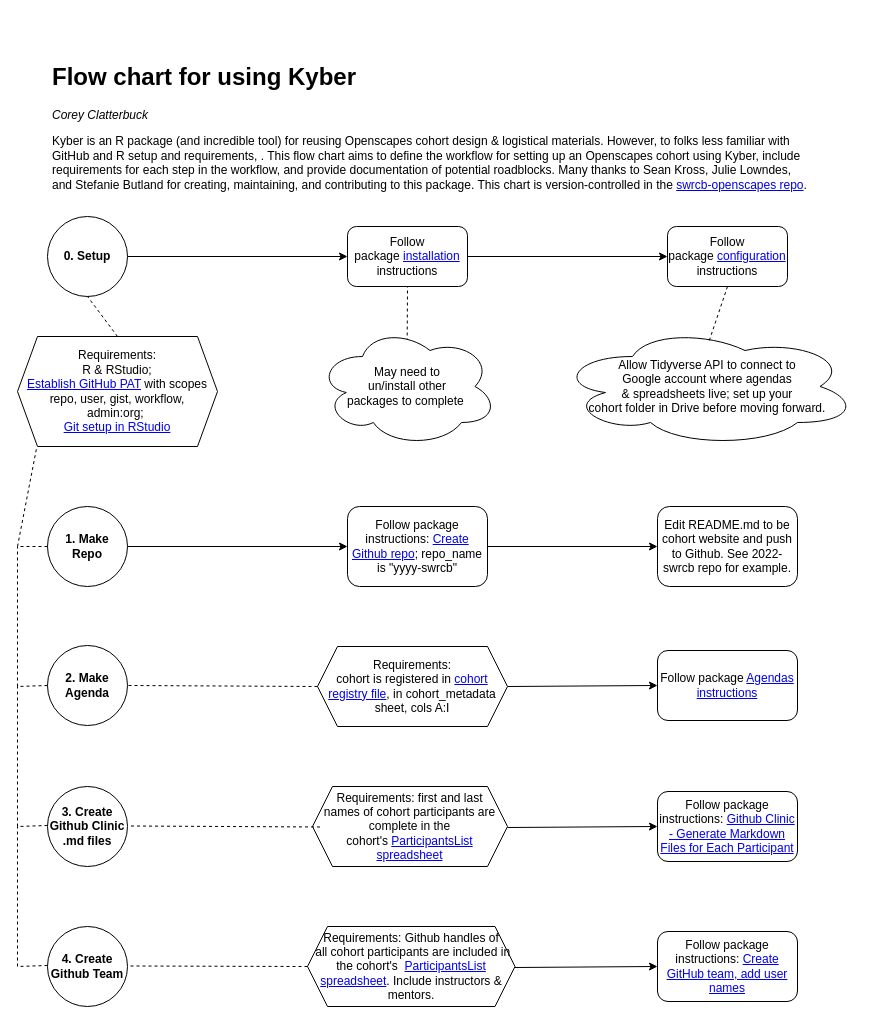
Before: images/KyberFlow.drawio in CAWaterBoardDataCenter/swrcb-openscapes, a draw.io diagram. Source tidied: cells renumbered, new cells numbered last; positions are measured from the earlier drawing's top-left corner, leaving out a move shared by most shapes. Both pictures are drawn from the tidied source at 100%, with x=0, y=0 at pixel (17, 57).
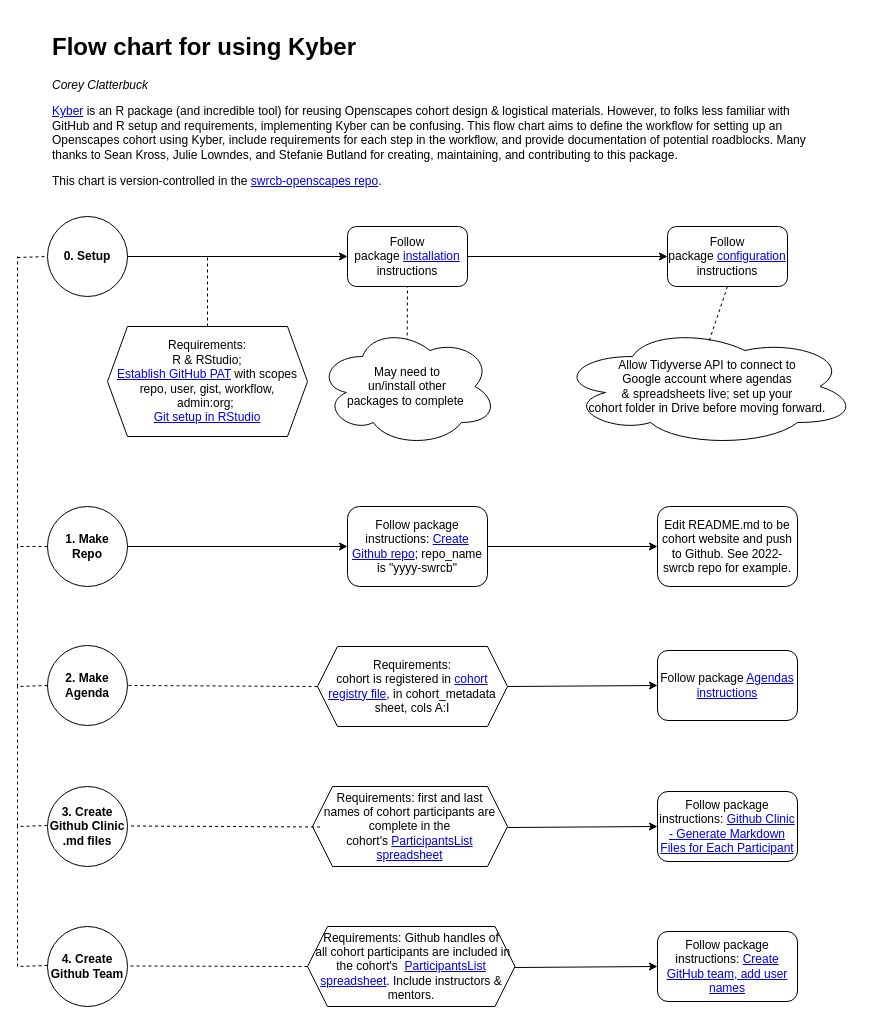
The same page after the edit.

Unchanged cells that the change refers to:
```xml
<mxCell id="3" value="&lt;b&gt;0. Setup&lt;/b&gt;" style="ellipse;whiteSpace=wrap;html=1;" parent="1" vertex="1">
  <mxGeometry x="30" y="159" width="80" height="80" as="geometry" />
</mxCell>
<mxCell id="13" value="1. Make&lt;br&gt;Repo" style="ellipse;whiteSpace=wrap;html=1;fontStyle=1;" parent="1" vertex="1">
  <mxGeometry x="30" y="449" width="80" height="80" as="geometry" />
</mxCell>
```

What changed in the source:
```diff
@@
     <mxCell id="2" value="Requirements:&lt;br&gt;R &amp;amp; RStudio; &lt;br&gt;&lt;a href=&quot;https://happygitwithr.com/https-pat.html&quot;&gt;Establish GitHub PAT&lt;/a&gt; with scopes repo, user, gist, workflow, &lt;br&gt;admin:org;&amp;nbsp;&lt;br&gt;&lt;a href=&quot;https://happygitwithr.com/connect-intro.html&quot;&gt;Git setup in RStudio&lt;/a&gt;" style="shape=hexagon;perimeter=hexagonPerimeter2;whiteSpace=wrap;html=1;fixedSize=1;" parent="1" vertex="1">
-      <mxGeometry y="279" width="200" height="110" as="geometry" />
+      <mxGeometry x="90" y="269" width="200" height="110" as="geometry" />
     </mxCell>
@@
-    <mxCell id="5" style="endArrow=none;dashed=1;html=1;rounded=0;exitX=0.5;exitY=0;exitDx=0;exitDy=0;entryX=0.5;entryY=1;entryDx=0;entryDy=0;" parent="1" edge="1" source="2" target="3">
-      <mxGeometry relative="1" as="geometry" />
+    <mxCell id="5" style="endArrow=none;dashed=1;html=1;rounded=0;exitX=0.5;exitY=0;exitDx=0;exitDy=0;" parent="1" edge="1" source="2">
+      <mxGeometry relative="1" as="geometry">
+        <mxPoint x="190" y="199" as="targetPoint" />
+      </mxGeometry>
     </mxCell>
@@
-    <mxCell id="28" style="endArrow=none;dashed=1;html=1;rounded=0;exitX=0;exitY=0.5;exitDx=0;exitDy=0;entryX=0.095;entryY=1.018;entryDx=0;entryDy=0;entryPerimeter=0;" parent="1" edge="1" source="13" target="2">
+    <mxCell id="28" style="endArrow=none;dashed=1;html=1;rounded=0;exitX=0;exitY=0.5;exitDx=0;exitDy=0;" parent="1" edge="1" source="13">
       <mxGeometry relative="1" as="geometry">
+        <mxPoint y="199" as="targetPoint" />
         <Array as="points">
           <mxPoint y="489" />
         </Array>
       </mxGeometry>
     </mxCell>
@@
-    <mxCell id="37" value="&lt;h1&gt;Flow chart for using Kyber&lt;/h1&gt;&lt;p&gt;&lt;i&gt;Corey Clatterbuck&lt;/i&gt;&lt;/p&gt;&lt;p&gt;Kyber is an R package (and incredible tool) for reusing Openscapes cohort design &amp;amp; logistical materials. However, to folks less familiar with GitHub and R setup and requirements, . This flow chart aims to define the workflow for setting up an Openscapes cohort using Kyber, include requirements for each step in the workflow, and provide documentation of potential roadblocks. Many thanks to Sean Kross, Julie Lowndes, and Stefanie Butland for creating, maintaining, and contributing to this package. This chart is version-controlled in the &lt;a href=&quot;https://github.com/CAWaterBoardDataCenter/swrcb-openscapes&quot;&gt;swrcb-openscapes repo&lt;/a&gt;.&lt;/p&gt;" style="text;html=1;strokeColor=none;fillColor=none;spacing=5;spacingTop=-20;whiteSpace=wrap;overflow=hidden;rounded=0;" parent="1" vertex="1">
-      <mxGeometry x="30" width="770" height="140" as="geometry" />
+    <mxCell id="37" value="&lt;h1&gt;Flow chart for using Kyber&lt;/h1&gt;&lt;p&gt;&lt;i&gt;Corey Clatterbuck&lt;/i&gt;&lt;/p&gt;&lt;p&gt;&lt;a href=&quot;https://github.com/Openscapes/kyber&quot;&gt;Kyber&lt;/a&gt; is an R package (and incredible tool) for reusing Openscapes cohort design &amp;amp; logistical materials. However, to folks less familiar with GitHub and R setup and requirements, implementing Kyber can be confusing. This flow chart aims to define the workflow for setting up an Openscapes cohort using Kyber, include requirements for each step in the workflow, and provide documentation of potential roadblocks. Many thanks to Sean Kross, Julie Lowndes, and Stefanie Butland for creating, maintaining, and contributing to this package.&amp;nbsp;&lt;/p&gt;&lt;p&gt;This chart is version-controlled in the &lt;a href=&quot;https://github.com/CAWaterBoardDataCenter/swrcb-openscapes&quot;&gt;swrcb-openscapes repo&lt;/a&gt;.&lt;/p&gt;" style="text;html=1;strokeColor=none;fillColor=none;spacing=5;spacingTop=-20;whiteSpace=wrap;overflow=hidden;rounded=0;" parent="1" vertex="1">
+      <mxGeometry x="30" y="-30" width="770" height="170" as="geometry" />
     </mxCell>
+    <mxCell id="38" style="jettySize=auto;html=1;rounded=0;entryX=0;entryY=0.5;entryDx=0;entryDy=0;dashed=1;endArrow=none;endFill=0;" parent="1" edge="1" target="3">
+      <mxGeometry relative="1" as="geometry">
+        <mxPoint y="200" as="sourcePoint" />
+      </mxGeometry>
+    </mxCell>
```
